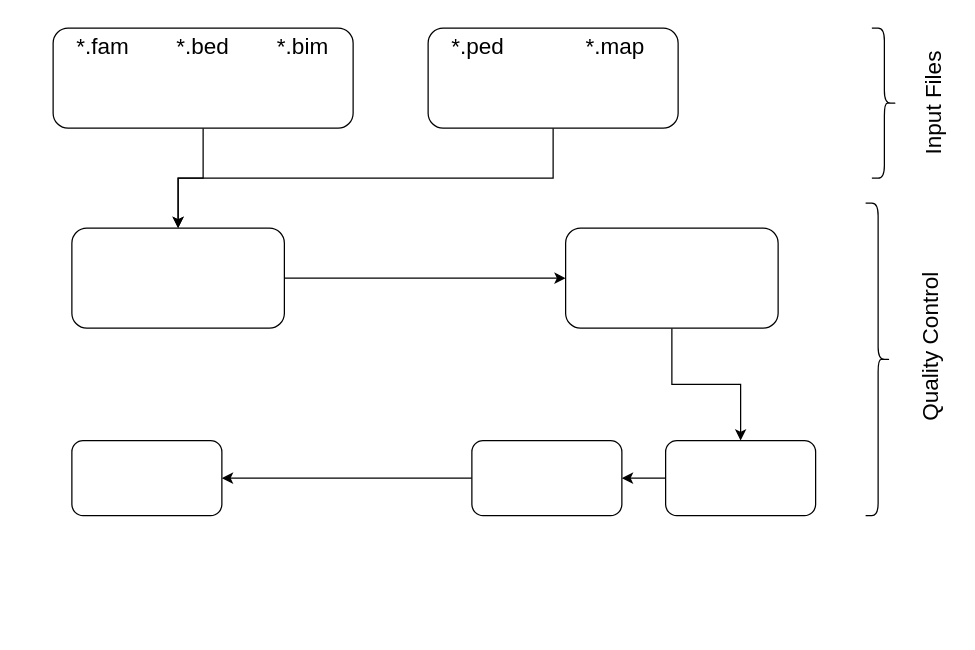
DIliushchenko/GWAS_IB keeps this draw.io diagram as Untitled Diagram.drawio. Above is the earlier version. Source tidied: cells renumbered, new cells numbered last; positions are measured from the earlier drawing's top-left corner, leaving out a move shared by most shapes. Both pictures are drawn from the tidied source at 125%, with x=0, y=0 at pixel (52, 28).
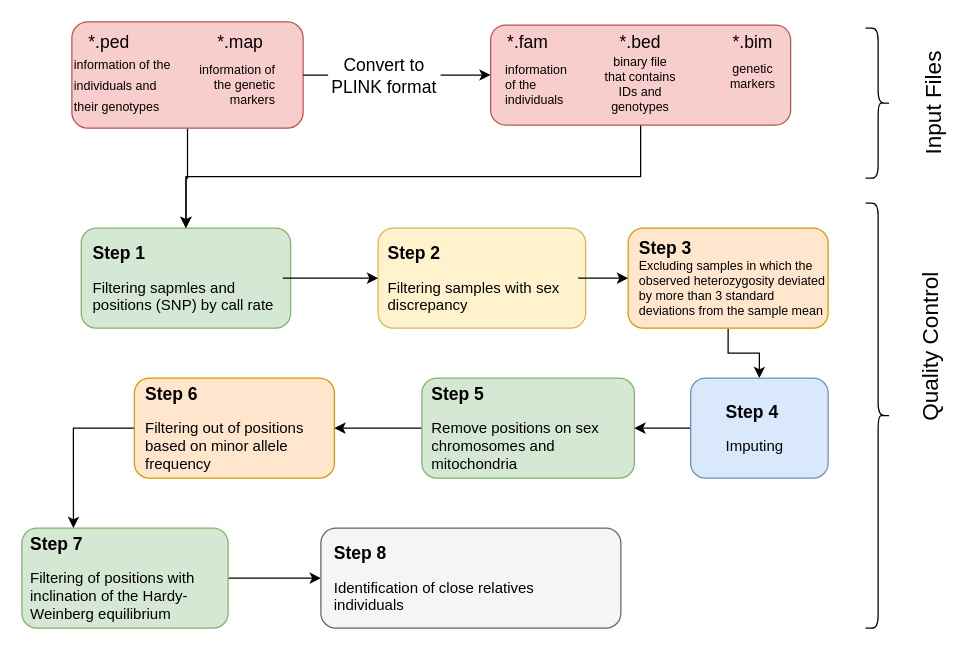
Above is the later version.

Diff of the diagram source:
```diff
@@
-    <mxCell id="2" style="edgeStyle=orthogonalEdgeStyle;rounded=0;jettySize=auto;html=1;exitX=0.5;exitY=1;exitDx=0;exitDy=0;entryX=0.5;entryY=0;entryDx=0;entryDy=0;fontSize=18;" parent="1" edge="1" source="3" target="5">
-      <mxGeometry relative="1" as="geometry" />
-    </mxCell>
+    <mxCell id="24" style="edgeStyle=orthogonalEdgeStyle;rounded=0;jettySize=auto;html=1;exitX=1;exitY=0.5;exitDx=0;exitDy=0;entryX=0;entryY=0.5;entryDx=0;entryDy=0;fontSize=10;" parent="1" edge="1" source="25" target="47">
+      <mxGeometry relative="1" as="geometry" />
+    </mxCell>
+    <mxCell id="25" style="rounded=1;whiteSpace=wrap;html=1;fontSize=10;fillColor=#d5e8d4;strokeColor=#82b366;" parent="1" vertex="1">
+      <mxGeometry x="-25" y="400" width="165" height="80" as="geometry" />
+    </mxCell>
+    <mxCell id="26" style="edgeStyle=orthogonalEdgeStyle;rounded=0;jettySize=auto;html=1;exitX=0;exitY=0.5;exitDx=0;exitDy=0;entryX=0.25;entryY=0;entryDx=0;entryDy=0;fontSize=10;" parent="1" edge="1" source="27" target="25">
+      <mxGeometry relative="1" as="geometry" />
+    </mxCell>
+    <mxCell id="27" style="rounded=1;whiteSpace=wrap;html=1;fontSize=10;fillColor=#ffe6cc;strokeColor=#d79b00;" parent="1" vertex="1">
+      <mxGeometry x="65" y="280" width="160" height="80" as="geometry" />
+    </mxCell>
-    <mxCell id="3" style="rounded=1;whiteSpace=wrap;html=1;" parent="1" vertex="1">
-      <mxGeometry width="240" height="80" as="geometry" />
+    <mxCell id="3" style="rounded=1;whiteSpace=wrap;html=1;fillColor=#fff2cc;strokeColor=#d6b656;" parent="1" vertex="1">
+      <mxGeometry x="260" y="160" width="166" height="80" as="geometry" />
     </mxCell>
-    <mxCell id="4" style="edgeStyle=orthogonalEdgeStyle;rounded=0;jettySize=auto;html=1;" parent="1" edge="1" source="5" target="7">
-      <mxGeometry relative="1" as="geometry" />
-    </mxCell>
-    <mxCell id="5" style="whiteSpace=wrap;html=1;rounded=1;" parent="1" vertex="1">
-      <mxGeometry x="15" y="160" width="170" height="80" as="geometry" />
+    <mxCell id="5" style="whiteSpace=wrap;html=1;rounded=1;fillColor=#d5e8d4;strokeColor=#82b366;" parent="1" vertex="1">
+      <mxGeometry x="22.5" y="160" width="167.5" height="80" as="geometry" />
     </mxCell>
-    <mxCell id="6" style="edgeStyle=orthogonalEdgeStyle;rounded=0;jettySize=auto;html=1;" parent="1" edge="1" source="7" target="9">
-      <mxGeometry relative="1" as="geometry" />
-    </mxCell>
+    <mxCell id="28" style="edgeStyle=orthogonalEdgeStyle;rounded=0;jettySize=auto;html=1;fontSize=18;startArrow=none;" parent="1" edge="1" source="31" target="17">
+      <mxGeometry relative="1" as="geometry" />
+    </mxCell>
+    <mxCell id="29" style="edgeStyle=orthogonalEdgeStyle;rounded=0;jettySize=auto;html=1;entryX=0.5;entryY=0;entryDx=0;entryDy=0;fontSize=18;" parent="1" edge="1" source="7" target="5">
+      <mxGeometry relative="1" as="geometry" />
+    </mxCell>
-    <mxCell id="7" style="whiteSpace=wrap;html=1;rounded=1;" parent="1" vertex="1">
-      <mxGeometry x="410" y="160" width="170" height="80" as="geometry" />
+    <mxCell id="7" style="whiteSpace=wrap;html=1;rounded=1;fillColor=#f8cecc;strokeColor=#b85450;" parent="1" vertex="1">
+      <mxGeometry x="15" y="-5" width="185" height="85" as="geometry" />
     </mxCell>
-    <mxCell id="8" style="edgeStyle=orthogonalEdgeStyle;rounded=0;jettySize=auto;html=1;" parent="1" edge="1" source="9" target="11">
+    <mxCell id="8" style="edgeStyle=orthogonalEdgeStyle;rounded=0;jettySize=auto;html=1;exitX=0.5;exitY=1;exitDx=0;exitDy=0;fontSize=10;" parent="1" edge="1" source="9" target="11">
       <mxGeometry relative="1" as="geometry" />
     </mxCell>
-    <mxCell id="9" style="whiteSpace=wrap;html=1;rounded=1;" parent="1" vertex="1">
-      <mxGeometry x="490" y="330" width="120" height="60" as="geometry" />
+    <mxCell id="9" style="whiteSpace=wrap;html=1;rounded=1;fillColor=#ffe6cc;strokeColor=#d79b00;" parent="1" vertex="1">
+      <mxGeometry x="460" y="160" width="160" height="80" as="geometry" />
     </mxCell>
@@
-    <mxCell id="11" style="whiteSpace=wrap;html=1;rounded=1;" parent="1" vertex="1">
-      <mxGeometry x="335" y="330" width="120" height="60" as="geometry" />
+    <mxCell id="11" style="whiteSpace=wrap;html=1;rounded=1;fillColor=#dae8fc;strokeColor=#6c8ebf;" parent="1" vertex="1">
+      <mxGeometry x="510" y="280" width="110" height="80" as="geometry" />
     </mxCell>
+    <mxCell id="30" style="edgeStyle=orthogonalEdgeStyle;rounded=0;jettySize=auto;html=1;exitX=0;exitY=0.5;exitDx=0;exitDy=0;entryX=1;entryY=0.5;entryDx=0;entryDy=0;fontSize=10;" parent="1" edge="1" source="12" target="44">
+      <mxGeometry relative="1" as="geometry" />
+    </mxCell>
-    <mxCell id="12" style="whiteSpace=wrap;html=1;rounded=1;" parent="1" vertex="1">
-      <mxGeometry x="15" y="330" width="120" height="60" as="geometry" />
+    <mxCell id="12" style="whiteSpace=wrap;html=1;rounded=1;fillColor=#d5e8d4;strokeColor=#82b366;" parent="1" vertex="1">
+      <mxGeometry x="295" y="280" width="170" height="80" as="geometry" />
     </mxCell>
-    <mxCell id="13" value="*.fam" style="text;html=1;strokeColor=none;fillColor=none;align=center;verticalAlign=middle;whiteSpace=wrap;rounded=0;fontSize=18;" parent="1" vertex="1">
-      <mxGeometry x="10" width="60" height="30" as="geometry" />
-    </mxCell>
-    <mxCell id="14" value="*.bed" style="text;html=1;strokeColor=none;fillColor=none;align=center;verticalAlign=middle;whiteSpace=wrap;rounded=0;fontSize=18;" parent="1" vertex="1">
-      <mxGeometry x="90" width="60" height="30" as="geometry" />
-    </mxCell>
-    <mxCell id="15" value="*.bim" style="text;html=1;strokeColor=none;fillColor=none;align=center;verticalAlign=middle;whiteSpace=wrap;rounded=0;fontSize=18;" parent="1" vertex="1">
-      <mxGeometry x="170" width="60" height="30" as="geometry" />
-    </mxCell>
@@
-    <mxCell id="17" style="rounded=1;whiteSpace=wrap;html=1;fontSize=18;" parent="1" vertex="1">
-      <mxGeometry x="300" width="200" height="80" as="geometry" />
+    <mxCell id="17" style="rounded=1;whiteSpace=wrap;html=1;fontSize=18;fillColor=#f8cecc;strokeColor=#b85450;" parent="1" vertex="1">
+      <mxGeometry x="350" y="-2.5" width="240" height="80" as="geometry" />
     </mxCell>
-    <mxCell id="18" value="*.map" style="text;html=1;strokeColor=none;fillColor=none;align=center;verticalAlign=middle;whiteSpace=wrap;rounded=0;fontSize=18;" parent="1" vertex="1">
-      <mxGeometry x="420" width="60" height="30" as="geometry" />
+    <mxCell id="18" value="&lt;font style=&quot;font-size: 14px;&quot;&gt;*.map&lt;/font&gt;" style="text;html=1;strokeColor=none;fillColor=none;align=center;verticalAlign=middle;whiteSpace=wrap;rounded=0;fontSize=18;" parent="1" vertex="1">
+      <mxGeometry x="120" y="-5" width="60" height="30" as="geometry" />
     </mxCell>
-    <mxCell id="19" value="*.ped" style="text;html=1;strokeColor=none;fillColor=none;align=center;verticalAlign=middle;whiteSpace=wrap;rounded=0;fontSize=18;" parent="1" vertex="1">
-      <mxGeometry x="310" width="60" height="30" as="geometry" />
+    <mxCell id="19" value="&lt;font style=&quot;font-size: 14px;&quot;&gt;*.ped&lt;/font&gt;" style="text;html=1;strokeColor=none;fillColor=none;align=center;verticalAlign=middle;whiteSpace=wrap;rounded=0;fontSize=18;" parent="1" vertex="1">
+      <mxGeometry x="15" y="-5" width="60" height="30" as="geometry" />
     </mxCell>
     <mxCell id="20" style="shape=curlyBracket;whiteSpace=wrap;html=1;rounded=1;flipH=1;fontSize=18;" parent="1" vertex="1">
-      <mxGeometry x="655" width="20" height="120" as="geometry" />
+      <mxGeometry x="650" width="20" height="120" as="geometry" />
     </mxCell>
@@
     <mxCell id="22" style="shape=curlyBracket;whiteSpace=wrap;html=1;rounded=1;flipH=1;fontSize=18;" parent="1" vertex="1">
-      <mxGeometry x="650" y="140" width="20" height="250" as="geometry" />
+      <mxGeometry x="650" y="140" width="20" height="340" as="geometry" />
     </mxCell>
@@
+    <mxCell id="13" value="&lt;font style=&quot;font-size: 14px;&quot;&gt;*.fam&lt;/font&gt;" style="text;html=1;strokeColor=none;fillColor=none;align=center;verticalAlign=middle;whiteSpace=wrap;rounded=0;fontSize=18;" parent="1" vertex="1">
+      <mxGeometry x="350" y="-5" width="60" height="30" as="geometry" />
+    </mxCell>
+    <mxCell id="14" value="&lt;font style=&quot;font-size: 14px;&quot;&gt;*.bed&lt;/font&gt;" style="text;html=1;strokeColor=none;fillColor=none;align=center;verticalAlign=middle;whiteSpace=wrap;rounded=0;fontSize=18;" parent="1" vertex="1">
+      <mxGeometry x="440" y="-5" width="60" height="30" as="geometry" />
+    </mxCell>
+    <mxCell id="15" value="&lt;font style=&quot;font-size: 14px;&quot;&gt;*.bim&lt;/font&gt;" style="text;html=1;strokeColor=none;fillColor=none;align=center;verticalAlign=middle;whiteSpace=wrap;rounded=0;fontSize=18;" parent="1" vertex="1">
+      <mxGeometry x="530" y="-5" width="60" height="30" as="geometry" />
+    </mxCell>
+    <mxCell id="31" value="Convert to PLINK format" style="text;html=1;strokeColor=none;fillColor=none;align=center;verticalAlign=middle;whiteSpace=wrap;rounded=0;fontSize=14;" parent="1" vertex="1">
+      <mxGeometry x="220" y="17.5" width="90" height="40" as="geometry" />
+    </mxCell>
+    <mxCell id="32" style="edgeStyle=orthogonalEdgeStyle;rounded=0;jettySize=auto;html=1;fontSize=18;endArrow=none;" parent="1" edge="1" source="7" target="31">
+      <mxGeometry relative="1" as="geometry" />
+    </mxCell>
+    <mxCell id="33" value="&lt;div style=&quot;&quot;&gt;&lt;span style=&quot;font-size: 10px;&quot;&gt;information of the individuals and their genotypes&lt;/span&gt;&lt;/div&gt;" style="text;html=1;strokeColor=none;fillColor=none;align=left;verticalAlign=middle;whiteSpace=wrap;rounded=0;fontSize=14;" parent="1" vertex="1">
+      <mxGeometry x="15" y="30" width="85" height="30" as="geometry" />
+    </mxCell>
+    <mxCell id="34" value="information of the genetic markers" style="text;html=1;strokeColor=none;fillColor=none;align=right;verticalAlign=middle;whiteSpace=wrap;rounded=0;fontSize=10;" parent="1" vertex="1">
+      <mxGeometry x="110" y="30" width="70" height="30" as="geometry" />
+    </mxCell>
+    <mxCell id="35" value="binary file that contains IDs and genotypes" style="text;html=1;strokeColor=none;fillColor=none;align=center;verticalAlign=middle;whiteSpace=wrap;rounded=0;fontSize=10;" parent="1" vertex="1">
+      <mxGeometry x="440" y="30" width="60" height="30" as="geometry" />
+    </mxCell>
+    <mxCell id="36" value="information of the individuals" style="text;html=1;strokeColor=none;fillColor=none;align=left;verticalAlign=middle;whiteSpace=wrap;rounded=0;fontSize=10;" parent="1" vertex="1">
+      <mxGeometry x="360" y="30" width="60" height="30" as="geometry" />
+    </mxCell>
+    <mxCell id="37" value="genetic markers" style="text;html=1;strokeColor=none;fillColor=none;align=center;verticalAlign=middle;whiteSpace=wrap;rounded=0;fontSize=10;" parent="1" vertex="1">
+      <mxGeometry x="530" y="22.5" width="60" height="30" as="geometry" />
+    </mxCell>
+    <mxCell id="38" style="edgeStyle=orthogonalEdgeStyle;rounded=0;jettySize=auto;html=1;exitX=1;exitY=0.5;exitDx=0;exitDy=0;entryX=0;entryY=0.5;entryDx=0;entryDy=0;fontSize=12;" parent="1" edge="1" source="39" target="3">
+      <mxGeometry relative="1" as="geometry" />
+    </mxCell>
+    <mxCell id="39" value="&lt;div style=&quot;&quot;&gt;&lt;div style=&quot;text-align: left;&quot;&gt;&lt;b&gt;&lt;font style=&quot;font-size: 14px;&quot;&gt;Step 1&lt;/font&gt;&lt;/b&gt;&lt;/div&gt;&lt;div style=&quot;text-align: left;&quot;&gt;&amp;nbsp;&lt;/div&gt;&lt;/div&gt;&lt;div style=&quot;text-align: left;&quot;&gt;&lt;font style=&quot;font-size: 12px;&quot;&gt;Filtering sapmles and positions (SNP) by call rate&lt;/font&gt;&lt;/div&gt;" style="text;html=1;strokeColor=none;fillColor=none;align=center;verticalAlign=middle;whiteSpace=wrap;rounded=0;fontSize=10;" parent="1" vertex="1">
+      <mxGeometry x="31.2" y="170" width="152.5" height="60" as="geometry" />
+    </mxCell>
+    <mxCell id="40" style="edgeStyle=orthogonalEdgeStyle;rounded=0;jettySize=auto;html=1;fontSize=12;" parent="1" edge="1" source="41" target="9">
+      <mxGeometry relative="1" as="geometry">
+        <Array as="points">
+          <mxPoint x="450" y="200" />
+          <mxPoint x="450" y="200" />
+        </Array>
+      </mxGeometry>
+    </mxCell>
+    <mxCell id="41" value="&lt;div style=&quot;&quot;&gt;&lt;div style=&quot;text-align: left;&quot;&gt;&lt;b&gt;&lt;font style=&quot;font-size: 14px;&quot;&gt;Step 2&lt;/font&gt;&lt;/b&gt;&lt;/div&gt;&lt;div style=&quot;text-align: left;&quot;&gt;&amp;nbsp;&lt;/div&gt;&lt;/div&gt;&lt;div style=&quot;text-align: left;&quot;&gt;&lt;font style=&quot;font-size: 12px;&quot;&gt;Filtering samples with sex discrepancy&lt;/font&gt;&lt;/div&gt;" style="text;html=1;strokeColor=none;fillColor=none;align=center;verticalAlign=middle;whiteSpace=wrap;rounded=0;fontSize=10;" parent="1" vertex="1">
+      <mxGeometry x="266.8" y="170" width="153.2" height="60" as="geometry" />
+    </mxCell>
+    <mxCell id="42" value="&lt;div style=&quot;&quot;&gt;&lt;div style=&quot;text-align: left;&quot;&gt;&lt;b&gt;&lt;font style=&quot;font-size: 14px;&quot;&gt;Step 3&lt;/font&gt;&lt;/b&gt;&lt;/div&gt;&lt;/div&gt;&lt;div style=&quot;text-align: left;&quot;&gt;&lt;font style=&quot;font-size: 10px;&quot;&gt;Excluding samples in which the observed heterozygosity deviated by more than 3 standard deviations from the sample mean&lt;/font&gt;&lt;/div&gt;" style="text;html=1;strokeColor=none;fillColor=none;align=center;verticalAlign=middle;whiteSpace=wrap;rounded=0;fontSize=10;" parent="1" vertex="1">
+      <mxGeometry x="467.5" y="170" width="152.5" height="60" as="geometry" />
+    </mxCell>
+    <mxCell id="43" value="&lt;div style=&quot;&quot;&gt;&lt;div style=&quot;text-align: left;&quot;&gt;&lt;b&gt;&lt;font style=&quot;font-size: 14px;&quot;&gt;Step 5&lt;/font&gt;&lt;/b&gt;&lt;/div&gt;&lt;div style=&quot;text-align: left;&quot;&gt;&amp;nbsp;&lt;/div&gt;&lt;/div&gt;&lt;div style=&quot;text-align: left;&quot;&gt;&lt;font style=&quot;font-size: 12px;&quot;&gt;Remove positions on sex chromosomes and mitochondria&lt;/font&gt;&lt;/div&gt;" style="text;html=1;strokeColor=none;fillColor=none;align=center;verticalAlign=middle;whiteSpace=wrap;rounded=0;fontSize=10;" parent="1" vertex="1">
+      <mxGeometry x="301.8" y="290" width="152.5" height="60" as="geometry" />
+    </mxCell>
+    <mxCell id="44" value="&lt;div style=&quot;&quot;&gt;&lt;div style=&quot;text-align: left;&quot;&gt;&lt;b&gt;&lt;font style=&quot;font-size: 14px;&quot;&gt;Step 6&lt;/font&gt;&lt;/b&gt;&lt;/div&gt;&lt;div style=&quot;text-align: left;&quot;&gt;&amp;nbsp;&lt;/div&gt;&lt;/div&gt;&lt;div style=&quot;text-align: left;&quot;&gt;&lt;font style=&quot;font-size: 12px;&quot;&gt;Filtering out of positions based on minor allele frequency&lt;/font&gt;&lt;/div&gt;" style="text;html=1;strokeColor=none;fillColor=none;align=center;verticalAlign=middle;whiteSpace=wrap;rounded=0;fontSize=10;" parent="1" vertex="1">
+      <mxGeometry x="72.5" y="290" width="152.5" height="60" as="geometry" />
+    </mxCell>
+    <mxCell id="45" value="&lt;div style=&quot;&quot;&gt;&lt;div style=&quot;text-align: left;&quot;&gt;&lt;b&gt;&lt;font style=&quot;font-size: 14px;&quot;&gt;Step 4&lt;/font&gt;&lt;/b&gt;&lt;/div&gt;&lt;div style=&quot;text-align: left;&quot;&gt;&amp;nbsp;&lt;/div&gt;&lt;/div&gt;&lt;div style=&quot;&quot;&gt;&lt;div style=&quot;text-align: left;&quot;&gt;&lt;span style=&quot;font-size: 12px;&quot;&gt;Imputing&lt;/span&gt;&lt;/div&gt;&lt;/div&gt;" style="text;html=1;strokeColor=none;fillColor=none;align=center;verticalAlign=middle;whiteSpace=wrap;rounded=0;fontSize=10;" parent="1" vertex="1">
+      <mxGeometry x="530" y="290" width="62.5" height="60" as="geometry" />
+    </mxCell>
+    <mxCell id="46" value="&lt;div style=&quot;&quot;&gt;&lt;div style=&quot;text-align: left;&quot;&gt;&lt;div style=&quot;text-align: center;&quot;&gt;&lt;div style=&quot;text-align: left;&quot;&gt;&lt;b&gt;&lt;font style=&quot;font-size: 14px;&quot;&gt;Step 7&lt;/font&gt;&lt;/b&gt;&lt;/div&gt;&lt;div style=&quot;text-align: left;&quot;&gt;&amp;nbsp;&lt;/div&gt;&lt;/div&gt;&lt;div&gt;&lt;font style=&quot;font-size: 12px;&quot;&gt;Filtering of positions with inclination of the Hardy-Weinberg equilibrium&lt;/font&gt;&lt;/div&gt;&lt;/div&gt;&lt;/div&gt;" style="text;html=1;strokeColor=none;fillColor=none;align=center;verticalAlign=middle;whiteSpace=wrap;rounded=0;fontSize=10;" parent="1" vertex="1">
+      <mxGeometry x="-18.8" y="410" width="152.5" height="60" as="geometry" />
+    </mxCell>
+    <mxCell id="47" style="rounded=1;whiteSpace=wrap;html=1;fontSize=10;fillColor=#f5f5f5;fontColor=#333333;strokeColor=#666666;" parent="1" vertex="1">
+      <mxGeometry x="214.2" y="400" width="240" height="80" as="geometry" />
+    </mxCell>
+    <mxCell id="48" value="&lt;div style=&quot;&quot;&gt;&lt;div style=&quot;text-align: left;&quot;&gt;&lt;div style=&quot;text-align: center;&quot;&gt;&lt;div style=&quot;text-align: left;&quot;&gt;&lt;b&gt;&lt;font style=&quot;font-size: 14px;&quot;&gt;Step 8&lt;/font&gt;&lt;/b&gt;&lt;/div&gt;&lt;div style=&quot;text-align: left;&quot;&gt;&amp;nbsp;&lt;/div&gt;&lt;/div&gt;&lt;div&gt;&lt;font style=&quot;font-size: 12px;&quot;&gt;Identification of close relatives individuals&lt;/font&gt;&lt;/div&gt;&lt;/div&gt;&lt;/div&gt;" style="text;html=1;strokeColor=none;fillColor=none;align=center;verticalAlign=middle;whiteSpace=wrap;rounded=0;fontSize=10;" parent="1" vertex="1">
+      <mxGeometry x="224.2" y="410" width="221.2" height="60" as="geometry" />
+    </mxCell>
```
